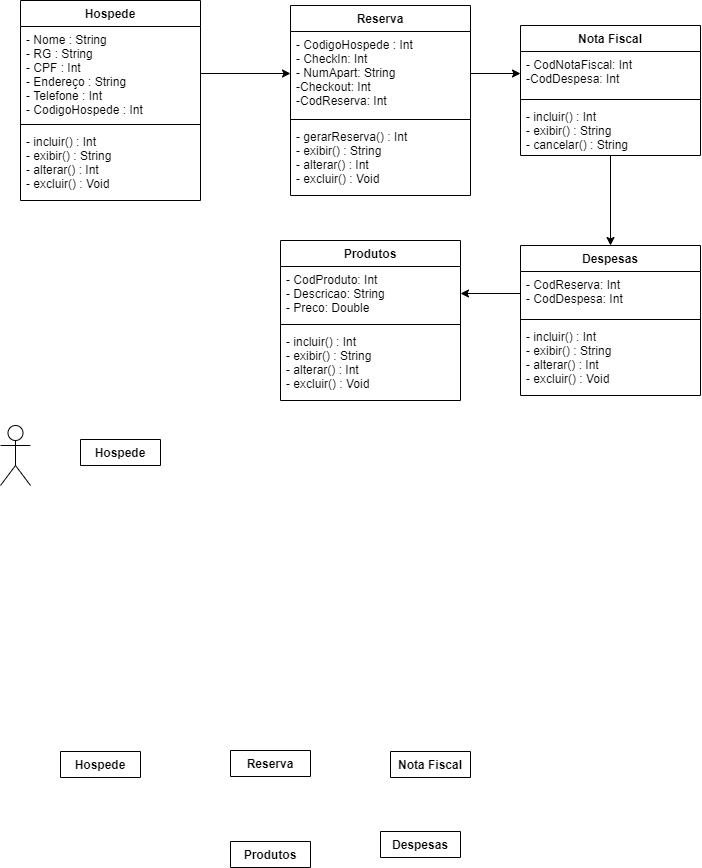
leitoraincomum/engsofII keeps this draw.io diagram as Sequencia e Colab.png. Above is the earlier version. Source tidied: cells renumbered, new cells last; positions are measured from the earlier drawing's top-left corner, leaving out a move shared by most shapes.
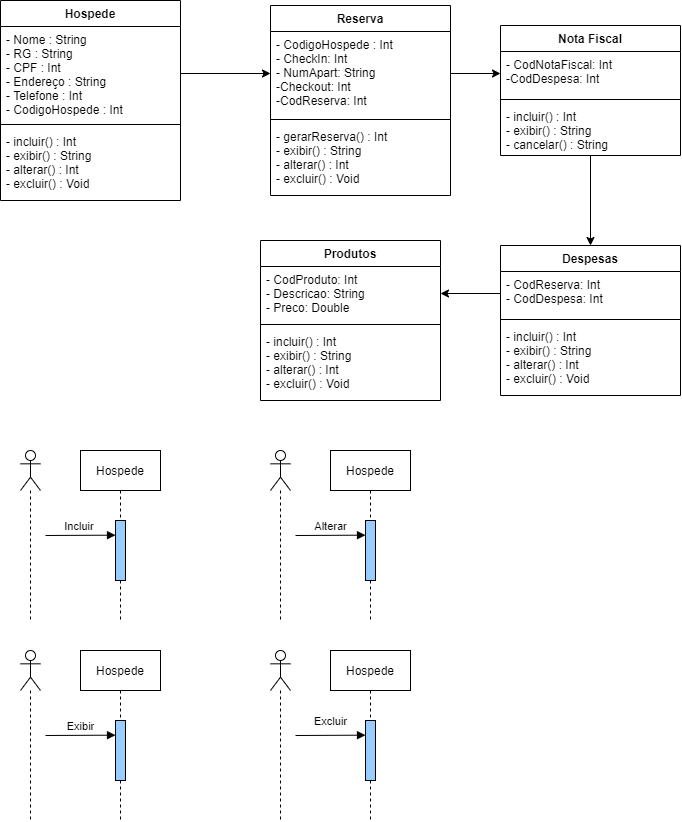
Later version of the same file.

Change to the diagram source:
```diff
@@ -74,26 +74,65 @@
     <mxCell id="25" style="edgeStyle=orthogonalEdgeStyle;rounded=0;jettySize=auto;html=1;exitX=0;exitY=0.5;exitDx=0;exitDy=0;entryX=1;entryY=0.5;entryDx=0;entryDy=0;" parent="1" edge="1" source="22" target="18">
       <mxGeometry relative="1" as="geometry" />
     </mxCell>
-    <mxCell id="26" value="Hospede" style="swimlane;fontStyle=1;align=center;verticalAlign=top;horizontal=1;startSize=26;" parent="1" vertex="1" collapsed="1">
-      <mxGeometry x="80" y="439" width="80" height="26" as="geometry" />
-    </mxCell>
-    <mxCell id="27" value="Hospede" style="swimlane;fontStyle=1;align=center;verticalAlign=top;horizontal=1;startSize=26;" parent="1" vertex="1" collapsed="1">
-      <mxGeometry x="60" y="751" width="80" height="26" as="geometry" />
-    </mxCell>
-    <mxCell id="28" value="Reserva" style="swimlane;fontStyle=1;align=center;verticalAlign=top;horizontal=1;startSize=26;" parent="1" vertex="1" collapsed="1">
-      <mxGeometry x="230" y="750" width="80" height="26" as="geometry" />
-    </mxCell>
-    <mxCell id="29" value="Nota Fiscal" style="swimlane;fontStyle=1;align=center;verticalAlign=top;horizontal=1;startSize=26;" parent="1" vertex="1" collapsed="1">
-      <mxGeometry x="390" y="751" width="80" height="26" as="geometry" />
-    </mxCell>
-    <mxCell id="30" value="Produtos" style="swimlane;fontStyle=1;align=center;verticalAlign=top;horizontal=1;startSize=26;" parent="1" vertex="1" collapsed="1">
-      <mxGeometry x="230" y="841" width="80" height="26" as="geometry" />
-    </mxCell>
-    <mxCell id="31" value="Despesas" style="swimlane;fontStyle=1;align=center;verticalAlign=top;horizontal=1;startSize=26;" parent="1" vertex="1" collapsed="1">
-      <mxGeometry x="380" y="831" width="80" height="26" as="geometry" />
-    </mxCell>
-    <mxCell id="32" style="shape=umlActor;verticalLabelPosition=bottom;verticalAlign=top;html=1;align=center;" parent="1" vertex="1">
-      <mxGeometry y="425" width="30" height="60" as="geometry" />
-    </mxCell>
+    <mxCell id="33" value="Hospede" style="shape=umlLifeline;perimeter=lifelinePerimeter;whiteSpace=wrap;html=1;align=center;" parent="1" vertex="1">
+      <mxGeometry x="100" y="450" width="80" height="170" as="geometry" />
+    </mxCell>
+    <mxCell id="34" style="html=1;perimeter=orthogonalPerimeter;align=center;fillColor=#99CCFF;" parent="33" vertex="1">
+      <mxGeometry x="35" y="70" width="10" height="60" as="geometry" />
+    </mxCell>
+    <mxCell id="35" style="shape=umlLifeline;participant=umlActor;perimeter=lifelinePerimeter;whiteSpace=wrap;html=1;verticalAlign=top;spacingTop=36;align=center;" parent="1" vertex="1">
+      <mxGeometry x="40" y="450" width="20" height="170" as="geometry" />
+    </mxCell>
+    <mxCell id="36" value="Incluir&amp;nbsp;" style="html=1;verticalAlign=bottom;endArrow=block;" parent="1" edge="1">
+      <mxGeometry relative="1" as="geometry">
+        <mxPoint x="65" y="535" as="sourcePoint" />
+        <mxPoint x="135" y="534.7" as="targetPoint" />
+      </mxGeometry>
+    </mxCell>
+    <mxCell id="37" value="Hospede" style="shape=umlLifeline;perimeter=lifelinePerimeter;whiteSpace=wrap;html=1;align=center;" parent="1" vertex="1">
+      <mxGeometry x="100" y="650" width="80" height="170" as="geometry" />
+    </mxCell>
+    <mxCell id="38" style="html=1;perimeter=orthogonalPerimeter;align=center;fillColor=#99CCFF;" parent="37" vertex="1">
+      <mxGeometry x="35" y="70" width="10" height="60" as="geometry" />
+    </mxCell>
+    <mxCell id="39" style="shape=umlLifeline;participant=umlActor;perimeter=lifelinePerimeter;whiteSpace=wrap;html=1;verticalAlign=top;spacingTop=36;align=center;" parent="1" vertex="1">
+      <mxGeometry x="40" y="650" width="20" height="170" as="geometry" />
+    </mxCell>
+    <mxCell id="40" value="Exibir" style="html=1;verticalAlign=bottom;endArrow=block;" parent="1" edge="1">
+      <mxGeometry relative="1" as="geometry">
+        <mxPoint x="65" y="735" as="sourcePoint" />
+        <mxPoint x="135" y="734.7" as="targetPoint" />
+      </mxGeometry>
+    </mxCell>
+    <mxCell id="41" value="Hospede" style="shape=umlLifeline;perimeter=lifelinePerimeter;whiteSpace=wrap;html=1;align=center;" parent="1" vertex="1">
+      <mxGeometry x="350" y="450" width="80" height="170" as="geometry" />
+    </mxCell>
+    <mxCell id="42" style="html=1;perimeter=orthogonalPerimeter;align=center;fillColor=#99CCFF;" parent="41" vertex="1">
+      <mxGeometry x="35" y="70" width="10" height="60" as="geometry" />
+    </mxCell>
+    <mxCell id="43" style="shape=umlLifeline;participant=umlActor;perimeter=lifelinePerimeter;whiteSpace=wrap;html=1;verticalAlign=top;spacingTop=36;align=center;" parent="1" vertex="1">
+      <mxGeometry x="290" y="450" width="20" height="170" as="geometry" />
+    </mxCell>
+    <mxCell id="44" value="Alterar" style="html=1;verticalAlign=bottom;endArrow=block;" parent="1" edge="1">
+      <mxGeometry relative="1" as="geometry">
+        <mxPoint x="315" y="535" as="sourcePoint" />
+        <mxPoint x="385" y="534.7" as="targetPoint" />
+      </mxGeometry>
+    </mxCell>
+    <mxCell id="45" value="Hospede" style="shape=umlLifeline;perimeter=lifelinePerimeter;whiteSpace=wrap;html=1;align=center;" parent="1" vertex="1">
+      <mxGeometry x="350" y="650" width="80" height="170" as="geometry" />
+    </mxCell>
+    <mxCell id="46" style="html=1;perimeter=orthogonalPerimeter;align=center;fillColor=#99CCFF;" parent="45" vertex="1">
+      <mxGeometry x="35" y="70" width="10" height="60" as="geometry" />
+    </mxCell>
+    <mxCell id="47" style="shape=umlLifeline;participant=umlActor;perimeter=lifelinePerimeter;whiteSpace=wrap;html=1;verticalAlign=top;spacingTop=36;align=center;" parent="1" vertex="1">
+      <mxGeometry x="290" y="650" width="20" height="170" as="geometry" />
+    </mxCell>
+    <mxCell id="48" value="Excluir" style="html=1;verticalAlign=bottom;endArrow=block;" parent="1" edge="1">
+      <mxGeometry y="5" relative="1" as="geometry">
+        <mxPoint x="315" y="735" as="sourcePoint" />
+        <mxPoint x="385" y="734.7" as="targetPoint" />
+      </mxGeometry>
+    </mxCell>
   </root>
 </mxGraphModel>
```
